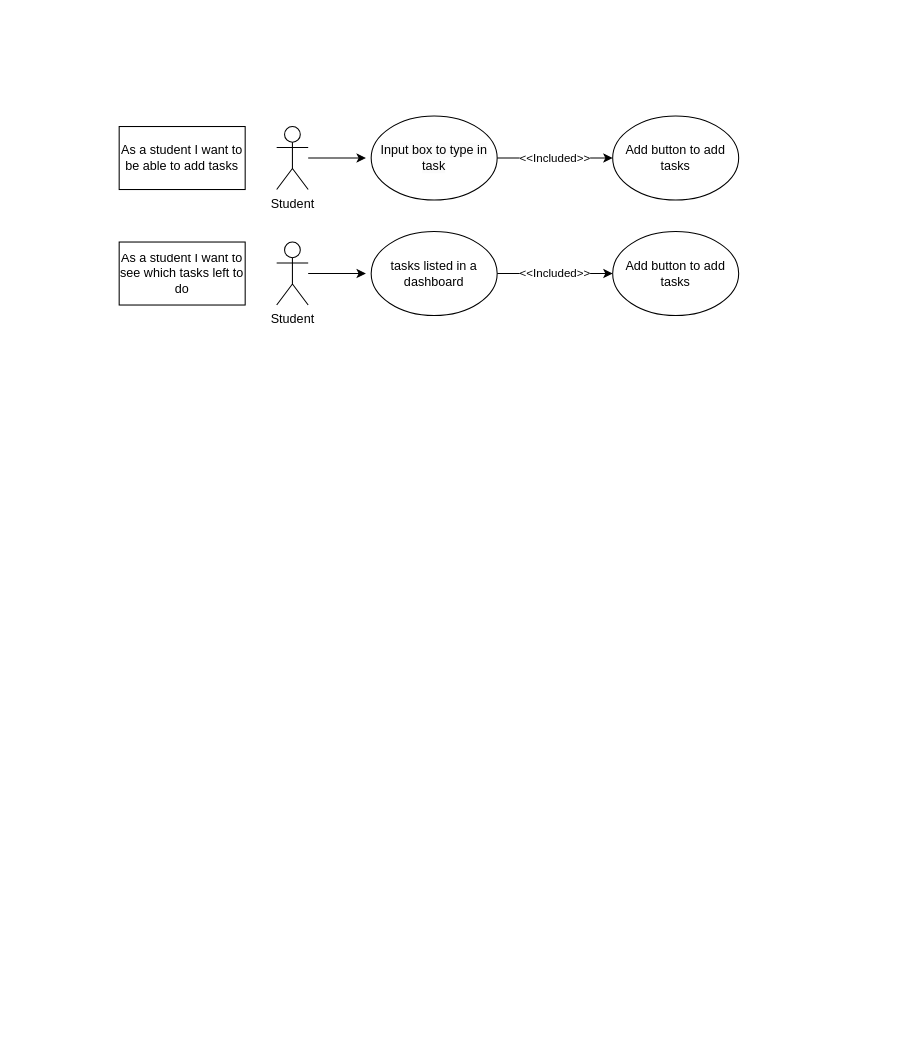
The draw.io diagram Untitled.drawio in tahsincihan/COMP1004-Project, before the edit. Source tidied: cells renumbered, new cells numbered last; positions are measured from the earlier drawing's top-left corner, leaving out a move shared by most shapes. Both pictures are drawn from the tidied source at 105%, with x=0, y=0 at pixel (119, 116).
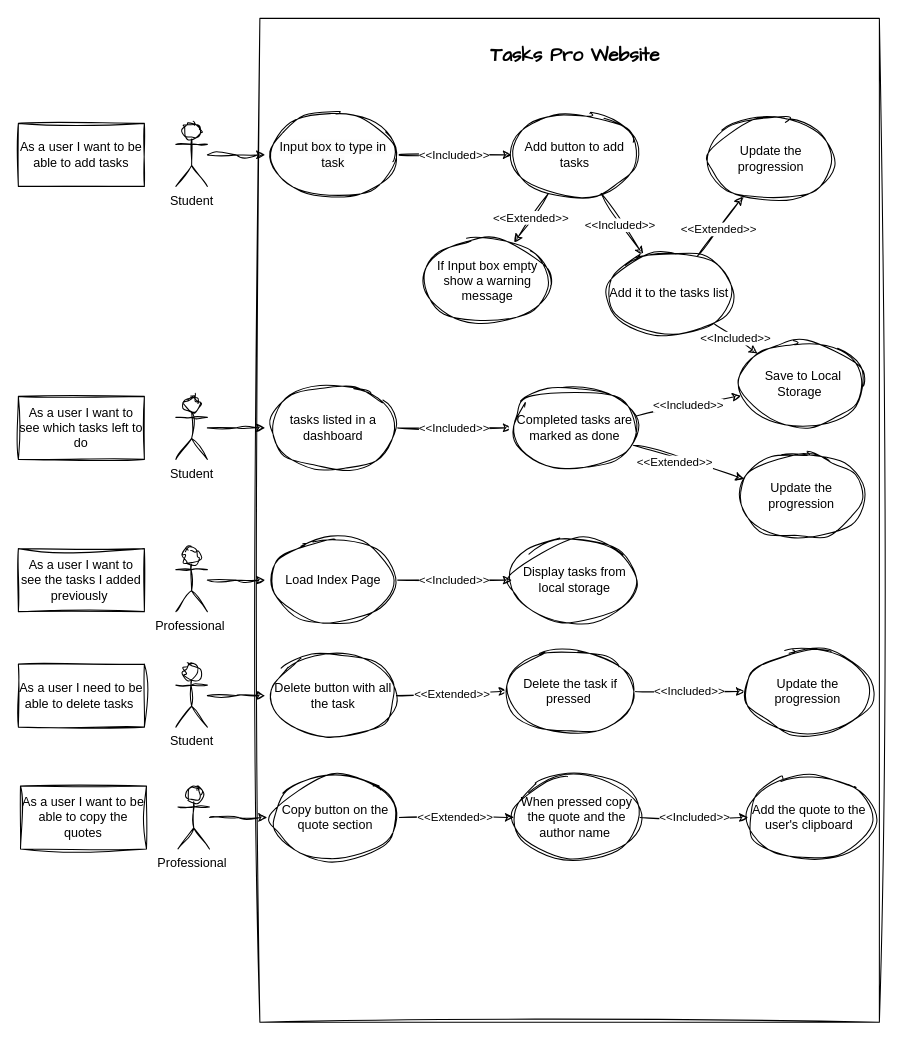
The same page after the edit.

Diff of the diagram source:
```diff
@@
+    <mxCell id="14" style="rounded=0;whiteSpace=wrap;html=1;sketch=1;hachureGap=4;jiggle=2;curveFitting=1;fontFamily=Architects Daughter;fillColor=none;" parent="1" vertex="1">
+      <mxGeometry x="134" y="-93" width="590" height="956" as="geometry" />
+    </mxCell>
-    <mxCell id="2" style="edgeStyle=orthogonalEdgeStyle;rounded=0;jettySize=auto;html=1;" parent="1" edge="1" source="3">
+    <mxCell id="2" style="edgeStyle=orthogonalEdgeStyle;rounded=0;jettySize=auto;html=1;sketch=1;curveFitting=1;jiggle=2;" parent="1" edge="1" source="3">
       <mxGeometry relative="1" as="geometry">
-        <mxPoint x="235" y="40" as="targetPoint" />
+        <mxPoint x="139" y="37" as="targetPoint" />
       </mxGeometry>
     </mxCell>
-    <mxCell id="3" value="Student" style="shape=umlActor;verticalLabelPosition=bottom;verticalAlign=top;html=1;outlineConnect=0;" parent="1" vertex="1">
-      <mxGeometry x="150" y="10" width="30" height="60" as="geometry" />
+    <mxCell id="3" value="Student" style="shape=umlActor;verticalLabelPosition=bottom;verticalAlign=top;html=1;outlineConnect=0;sketch=1;curveFitting=1;jiggle=2;" parent="1" vertex="1">
+      <mxGeometry x="54" y="7" width="30" height="60" as="geometry" />
     </mxCell>
-    <mxCell id="4" value="As a student I want to be able to add tasks" style="rounded=0;whiteSpace=wrap;html=1;" parent="1" vertex="1">
-      <mxGeometry y="10" width="120" height="60" as="geometry" />
+    <mxCell id="4" value="As a user I want to be able to add tasks" style="rounded=0;whiteSpace=wrap;html=1;sketch=1;curveFitting=1;jiggle=2;" parent="1" vertex="1">
+      <mxGeometry x="-96" y="7" width="120" height="60" as="geometry" />
     </mxCell>
-    <mxCell id="5" value="&amp;lt;&amp;lt;Included&amp;gt;&amp;gt;" style="edgeStyle=orthogonalEdgeStyle;rounded=0;jettySize=auto;html=1;" parent="1" edge="1" source="6" target="7">
+    <mxCell id="5" value="&amp;lt;&amp;lt;Included&amp;gt;&amp;gt;" style="edgeStyle=orthogonalEdgeStyle;rounded=0;jettySize=auto;html=1;sketch=1;curveFitting=1;jiggle=2;" parent="1" edge="1" source="6" target="7">
       <mxGeometry relative="1" as="geometry" />
     </mxCell>
-    <mxCell id="6" value="&lt;span style=&quot;color: rgb(0, 0, 0); font-family: Helvetica; font-size: 12px; font-style: normal; font-variant-ligatures: normal; font-variant-caps: normal; font-weight: 400; letter-spacing: normal; orphans: 2; text-align: center; text-indent: 0px; text-transform: none; widows: 2; word-spacing: 0px; -webkit-text-stroke-width: 0px; white-space: normal; background-color: rgb(251, 251, 251); text-decoration-thickness: initial; text-decoration-style: initial; text-decoration-color: initial; display: inline !important; float: none;&quot;&gt;Input box to type in task&lt;/span&gt;" style="ellipse;whiteSpace=wrap;html=1;" parent="1" vertex="1">
-      <mxGeometry x="240" width="120" height="80" as="geometry" />
+    <mxCell id="6" value="&lt;span style=&quot;color: rgb(0, 0, 0); font-family: Helvetica; font-size: 12px; font-style: normal; font-variant-ligatures: normal; font-variant-caps: normal; font-weight: 400; letter-spacing: normal; orphans: 2; text-align: center; text-indent: 0px; text-transform: none; widows: 2; word-spacing: 0px; -webkit-text-stroke-width: 0px; white-space: normal; background-color: rgb(251, 251, 251); text-decoration-thickness: initial; text-decoration-style: initial; text-decoration-color: initial; display: inline !important; float: none;&quot;&gt;Input box to type in task&lt;/span&gt;" style="ellipse;whiteSpace=wrap;html=1;sketch=1;curveFitting=1;jiggle=2;" parent="1" vertex="1">
+      <mxGeometry x="144" y="-3" width="120" height="80" as="geometry" />
     </mxCell>
+    <mxCell id="15" style="rounded=0;jettySize=auto;html=1;sketch=1;curveFitting=1;jiggle=2;" parent="1" edge="1" source="7" target="24">
+      <mxGeometry relative="1" as="geometry" />
+    </mxCell>
+    <mxCell id="16" value="&amp;lt;&amp;lt;Included&amp;gt;&amp;gt;" style="edgeLabel;html=1;align=center;verticalAlign=middle;sketch=1;curveFitting=1;jiggle=2;fontFamily=Helvetica;" parent="15" vertex="1">
+      <mxGeometry x="-0.03" y="-2" relative="1" as="geometry" />
+    </mxCell>
+    <mxCell id="17" value="&amp;lt;&amp;lt;Extended&amp;gt;&amp;gt;" style="rounded=0;jettySize=auto;html=1;sketch=1;curveFitting=1;jiggle=2;" parent="1" edge="1" source="7" target="25">
+      <mxGeometry relative="1" as="geometry" />
+    </mxCell>
-    <mxCell id="7" value="Add button to add tasks" style="ellipse;whiteSpace=wrap;html=1;" parent="1" vertex="1">
-      <mxGeometry x="470" width="120" height="80" as="geometry" />
+    <mxCell id="7" value="Add button to add tasks" style="ellipse;whiteSpace=wrap;html=1;sketch=1;curveFitting=1;jiggle=2;" parent="1" vertex="1">
+      <mxGeometry x="374" y="-3" width="120" height="80" as="geometry" />
     </mxCell>
-    <mxCell id="8" style="edgeStyle=orthogonalEdgeStyle;rounded=0;jettySize=auto;html=1;" parent="1" edge="1" source="9">
+    <mxCell id="8" style="edgeStyle=orthogonalEdgeStyle;rounded=0;jettySize=auto;html=1;sketch=1;curveFitting=1;jiggle=2;" parent="1" edge="1" source="9">
       <mxGeometry relative="1" as="geometry">
-        <mxPoint x="235" y="150" as="targetPoint" />
+        <mxPoint x="139" y="297" as="targetPoint" />
       </mxGeometry>
     </mxCell>
-    <mxCell id="9" value="Student" style="shape=umlActor;verticalLabelPosition=bottom;verticalAlign=top;html=1;outlineConnect=0;" parent="1" vertex="1">
-      <mxGeometry x="150" y="120" width="30" height="60" as="geometry" />
+    <mxCell id="9" value="Student" style="shape=umlActor;verticalLabelPosition=bottom;verticalAlign=top;html=1;outlineConnect=0;sketch=1;curveFitting=1;jiggle=2;" parent="1" vertex="1">
+      <mxGeometry x="54" y="267" width="30" height="60" as="geometry" />
     </mxCell>
-    <mxCell id="10" value="As a student I want to see which tasks left to do" style="rounded=0;whiteSpace=wrap;html=1;" parent="1" vertex="1">
-      <mxGeometry y="120" width="120" height="60" as="geometry" />
+    <mxCell id="10" value="As a user I want to see which tasks left to do" style="rounded=0;whiteSpace=wrap;html=1;sketch=1;curveFitting=1;jiggle=2;" parent="1" vertex="1">
+      <mxGeometry x="-96" y="267" width="120" height="60" as="geometry" />
     </mxCell>
-    <mxCell id="11" value="&amp;lt;&amp;lt;Included&amp;gt;&amp;gt;" style="edgeStyle=orthogonalEdgeStyle;rounded=0;jettySize=auto;html=1;" parent="1" edge="1" source="12" target="13">
+    <mxCell id="11" value="&amp;lt;&amp;lt;Included&amp;gt;&amp;gt;" style="edgeStyle=orthogonalEdgeStyle;rounded=0;jettySize=auto;html=1;sketch=1;curveFitting=1;jiggle=2;" parent="1" edge="1" source="12" target="13">
       <mxGeometry relative="1" as="geometry" />
     </mxCell>
-    <mxCell id="12" value="tasks listed in a dashboard" style="ellipse;whiteSpace=wrap;html=1;" parent="1" vertex="1">
-      <mxGeometry x="240" y="110" width="120" height="80" as="geometry" />
+    <mxCell id="12" value="tasks listed in a dashboard" style="ellipse;whiteSpace=wrap;html=1;sketch=1;curveFitting=1;jiggle=2;" parent="1" vertex="1">
+      <mxGeometry x="144" y="257" width="120" height="80" as="geometry" />
     </mxCell>
+    <mxCell id="18" style="rounded=0;sketch=1;hachureGap=4;jiggle=2;curveFitting=1;jettySize=auto;html=1;fontFamily=Architects Daughter;" parent="1" edge="1" source="13" target="27">
+      <mxGeometry relative="1" as="geometry" />
+    </mxCell>
+    <mxCell id="19" value="&amp;lt;&amp;lt;Extended&amp;gt;&amp;gt;" style="edgeLabel;html=1;align=center;verticalAlign=middle;sketch=1;hachureGap=4;jiggle=2;curveFitting=1;fontFamily=Helvetica;" parent="18" vertex="1">
+      <mxGeometry x="-0.23" y="-4" relative="1" as="geometry" />
+    </mxCell>
+    <mxCell id="20" value="&lt;span style=&quot;font-family: Helvetica;&quot;&gt;&amp;lt;&amp;lt;Included&amp;gt;&amp;gt;&lt;/span&gt;" style="rounded=0;sketch=1;hachureGap=4;jiggle=2;curveFitting=1;jettySize=auto;html=1;fontFamily=Architects Daughter;" parent="1" edge="1" source="13" target="35">
+      <mxGeometry relative="1" as="geometry" />
+    </mxCell>
-    <mxCell id="13" value="Add button to add tasks" style="ellipse;whiteSpace=wrap;html=1;" parent="1" vertex="1">
-      <mxGeometry x="470" y="110" width="120" height="80" as="geometry" />
+    <mxCell id="13" value="Completed tasks are marked as done" style="ellipse;whiteSpace=wrap;html=1;sketch=1;curveFitting=1;jiggle=2;" parent="1" vertex="1">
+      <mxGeometry x="374" y="257" width="120" height="80" as="geometry" />
     </mxCell>
+    <mxCell id="21" style="rounded=0;sketch=1;hachureGap=4;jiggle=2;curveFitting=1;jettySize=auto;html=1;fontFamily=Architects Daughter;" parent="1" edge="1" source="24" target="28">
+      <mxGeometry relative="1" as="geometry" />
+    </mxCell>
+    <mxCell id="22" value="&amp;lt;&amp;lt;Extended&amp;gt;&amp;gt;" style="edgeLabel;html=1;align=center;verticalAlign=middle;sketch=1;hachureGap=4;jiggle=2;curveFitting=1;fontFamily=Helvetica;" parent="21" vertex="1">
+      <mxGeometry x="-0.1" relative="1" as="geometry" />
+    </mxCell>
+    <mxCell id="23" value="&lt;span style=&quot;font-family: Helvetica;&quot;&gt;&amp;lt;&amp;lt;Included&amp;gt;&amp;gt;&lt;/span&gt;" style="rounded=0;sketch=1;hachureGap=4;jiggle=2;curveFitting=1;jettySize=auto;html=1;fontFamily=Architects Daughter;" parent="1" edge="1" source="24" target="35">
+      <mxGeometry relative="1" as="geometry" />
+    </mxCell>
+    <mxCell id="24" value="Add it to the tasks list" style="ellipse;whiteSpace=wrap;html=1;sketch=1;curveFitting=1;jiggle=2;" parent="1" vertex="1">
+      <mxGeometry x="464" y="129" width="120" height="80" as="geometry" />
+    </mxCell>
+    <mxCell id="25" value="If Input box empty show a warning message" style="ellipse;whiteSpace=wrap;html=1;sketch=1;curveFitting=1;jiggle=2;" parent="1" vertex="1">
+      <mxGeometry x="291" y="117" width="120" height="80" as="geometry" />
+    </mxCell>
+    <mxCell id="26" value="&lt;h2&gt;Tasks Pro Website&lt;/h2&gt;" style="text;html=1;align=center;verticalAlign=middle;whiteSpace=wrap;rounded=0;fontFamily=Architects Daughter;" parent="1" vertex="1">
+      <mxGeometry x="346.5" y="-73" width="175" height="30" as="geometry" />
+    </mxCell>
+    <mxCell id="27" value="Update the progression" style="ellipse;whiteSpace=wrap;html=1;sketch=1;curveFitting=1;jiggle=2;" parent="1" vertex="1">
+      <mxGeometry x="590" y="322" width="120" height="80" as="geometry" />
+    </mxCell>
+    <mxCell id="28" value="Update the progression" style="ellipse;whiteSpace=wrap;html=1;sketch=1;curveFitting=1;jiggle=2;" parent="1" vertex="1">
+      <mxGeometry x="561" y="1" width="120" height="80" as="geometry" />
+    </mxCell>
+    <mxCell id="29" style="edgeStyle=orthogonalEdgeStyle;rounded=0;jettySize=auto;html=1;sketch=1;curveFitting=1;jiggle=2;" parent="1" edge="1" source="30">
+      <mxGeometry relative="1" as="geometry">
+        <mxPoint x="139" y="442" as="targetPoint" />
+      </mxGeometry>
+    </mxCell>
+    <mxCell id="30" value="Professional&amp;nbsp;" style="shape=umlActor;verticalLabelPosition=bottom;verticalAlign=top;html=1;outlineConnect=0;sketch=1;curveFitting=1;jiggle=2;" parent="1" vertex="1">
+      <mxGeometry x="54" y="412" width="30" height="60" as="geometry" />
+    </mxCell>
+    <mxCell id="31" value="As a user I want to see the tasks I added previously&amp;nbsp;" style="rounded=0;whiteSpace=wrap;html=1;sketch=1;curveFitting=1;jiggle=2;" parent="1" vertex="1">
+      <mxGeometry x="-96" y="412" width="120" height="60" as="geometry" />
+    </mxCell>
+    <mxCell id="32" value="&amp;lt;&amp;lt;Included&amp;gt;&amp;gt;" style="edgeStyle=orthogonalEdgeStyle;rounded=0;jettySize=auto;html=1;sketch=1;curveFitting=1;jiggle=2;" parent="1" edge="1" source="33" target="34">
+      <mxGeometry relative="1" as="geometry" />
+    </mxCell>
+    <mxCell id="33" value="Load Index Page" style="ellipse;whiteSpace=wrap;html=1;sketch=1;curveFitting=1;jiggle=2;" parent="1" vertex="1">
+      <mxGeometry x="144" y="402" width="120" height="80" as="geometry" />
+    </mxCell>
+    <mxCell id="34" value="Display tasks from local storage" style="ellipse;whiteSpace=wrap;html=1;sketch=1;curveFitting=1;jiggle=2;" parent="1" vertex="1">
+      <mxGeometry x="374" y="402" width="120" height="80" as="geometry" />
+    </mxCell>
+    <mxCell id="35" value="&amp;nbsp;Save to Local Storage&amp;nbsp;" style="ellipse;whiteSpace=wrap;html=1;sketch=1;curveFitting=1;jiggle=2;" parent="1" vertex="1">
+      <mxGeometry x="590" y="215" width="120" height="80" as="geometry" />
+    </mxCell>
+    <mxCell id="36" style="edgeStyle=orthogonalEdgeStyle;rounded=0;jettySize=auto;html=1;sketch=1;curveFitting=1;jiggle=2;" parent="1" edge="1" source="37">
+      <mxGeometry relative="1" as="geometry">
+        <mxPoint x="139" y="552" as="targetPoint" />
+      </mxGeometry>
+    </mxCell>
+    <mxCell id="37" value="Student" style="shape=umlActor;verticalLabelPosition=bottom;verticalAlign=top;html=1;outlineConnect=0;sketch=1;curveFitting=1;jiggle=2;" parent="1" vertex="1">
+      <mxGeometry x="54" y="522" width="30" height="60" as="geometry" />
+    </mxCell>
+    <mxCell id="38" value="As a user I need to be able to delete tasks&amp;nbsp;" style="rounded=0;whiteSpace=wrap;html=1;sketch=1;curveFitting=1;jiggle=2;" parent="1" vertex="1">
+      <mxGeometry x="-96" y="522" width="120" height="60" as="geometry" />
+    </mxCell>
+    <mxCell id="39" value="&amp;lt;&amp;lt;Extended&amp;gt;&amp;gt;" style="edgeStyle=orthogonalEdgeStyle;rounded=0;jettySize=auto;html=1;sketch=1;curveFitting=1;jiggle=2;" parent="1" edge="1" source="40" target="42">
+      <mxGeometry x="-0.01" relative="1" as="geometry" />
+    </mxCell>
+    <mxCell id="40" value="Delete button with all the task" style="ellipse;whiteSpace=wrap;html=1;sketch=1;curveFitting=1;jiggle=2;" parent="1" vertex="1">
+      <mxGeometry x="144" y="512" width="120" height="80" as="geometry" />
+    </mxCell>
+    <mxCell id="41" value="&lt;span style=&quot;font-family: Helvetica;&quot;&gt;&amp;lt;&amp;lt;Included&amp;gt;&amp;gt;&lt;/span&gt;" style="edgeStyle=orthogonalEdgeStyle;rounded=0;sketch=1;hachureGap=4;jiggle=2;curveFitting=1;jettySize=auto;html=1;fontFamily=Architects Daughter;" parent="1" edge="1" source="42" target="43">
+      <mxGeometry relative="1" as="geometry" />
+    </mxCell>
+    <mxCell id="42" value="Delete the task if pressed&amp;nbsp;" style="ellipse;whiteSpace=wrap;html=1;sketch=1;curveFitting=1;jiggle=2;" parent="1" vertex="1">
+      <mxGeometry x="370" y="508" width="120" height="80" as="geometry" />
+    </mxCell>
+    <mxCell id="43" value="Update the progression" style="ellipse;whiteSpace=wrap;html=1;sketch=1;curveFitting=1;jiggle=2;" parent="1" vertex="1">
+      <mxGeometry x="596" y="508" width="120" height="80" as="geometry" />
+    </mxCell>
+    <mxCell id="44" style="edgeStyle=orthogonalEdgeStyle;rounded=0;jettySize=auto;html=1;sketch=1;curveFitting=1;jiggle=2;" parent="1" edge="1" source="45">
+      <mxGeometry relative="1" as="geometry">
+        <mxPoint x="141" y="668" as="targetPoint" />
+      </mxGeometry>
+    </mxCell>
+    <mxCell id="45" value="Professional&amp;nbsp;" style="shape=umlActor;verticalLabelPosition=bottom;verticalAlign=top;html=1;outlineConnect=0;sketch=1;curveFitting=1;jiggle=2;" parent="1" vertex="1">
+      <mxGeometry x="56" y="638" width="30" height="60" as="geometry" />
+    </mxCell>
+    <mxCell id="46" value="As a user I want to be able to copy the quotes" style="rounded=0;whiteSpace=wrap;html=1;sketch=1;curveFitting=1;jiggle=2;" parent="1" vertex="1">
+      <mxGeometry x="-94" y="638" width="120" height="60" as="geometry" />
+    </mxCell>
+    <mxCell id="47" value="&amp;lt;&amp;lt;Extended&amp;gt;&amp;gt;" style="edgeStyle=orthogonalEdgeStyle;rounded=0;jettySize=auto;html=1;sketch=1;curveFitting=1;jiggle=2;" parent="1" edge="1" source="48" target="50">
+      <mxGeometry x="-0.01" relative="1" as="geometry" />
+    </mxCell>
+    <mxCell id="48" value="Copy button on the quote section" style="ellipse;whiteSpace=wrap;html=1;sketch=1;curveFitting=1;jiggle=2;" parent="1" vertex="1">
+      <mxGeometry x="146" y="628" width="120" height="80" as="geometry" />
+    </mxCell>
+    <mxCell id="49" value="&lt;span style=&quot;font-family: Helvetica;&quot;&gt;&amp;lt;&amp;lt;Included&amp;gt;&amp;gt;&lt;/span&gt;" style="edgeStyle=orthogonalEdgeStyle;rounded=0;sketch=1;hachureGap=4;jiggle=2;curveFitting=1;jettySize=auto;html=1;fontFamily=Architects Daughter;" parent="1" edge="1" source="50" target="51">
+      <mxGeometry relative="1" as="geometry" />
+    </mxCell>
+    <mxCell id="50" value="When pressed copy the quote and the author name&amp;nbsp;" style="ellipse;whiteSpace=wrap;html=1;sketch=1;curveFitting=1;jiggle=2;" parent="1" vertex="1">
+      <mxGeometry x="376" y="628" width="120" height="80" as="geometry" />
+    </mxCell>
+    <mxCell id="51" value="Add the quote to the&amp;nbsp; user's clipboard&amp;nbsp;" style="ellipse;whiteSpace=wrap;html=1;sketch=1;curveFitting=1;jiggle=2;" parent="1" vertex="1">
+      <mxGeometry x="599" y="628" width="120" height="80" as="geometry" />
+    </mxCell>
```
